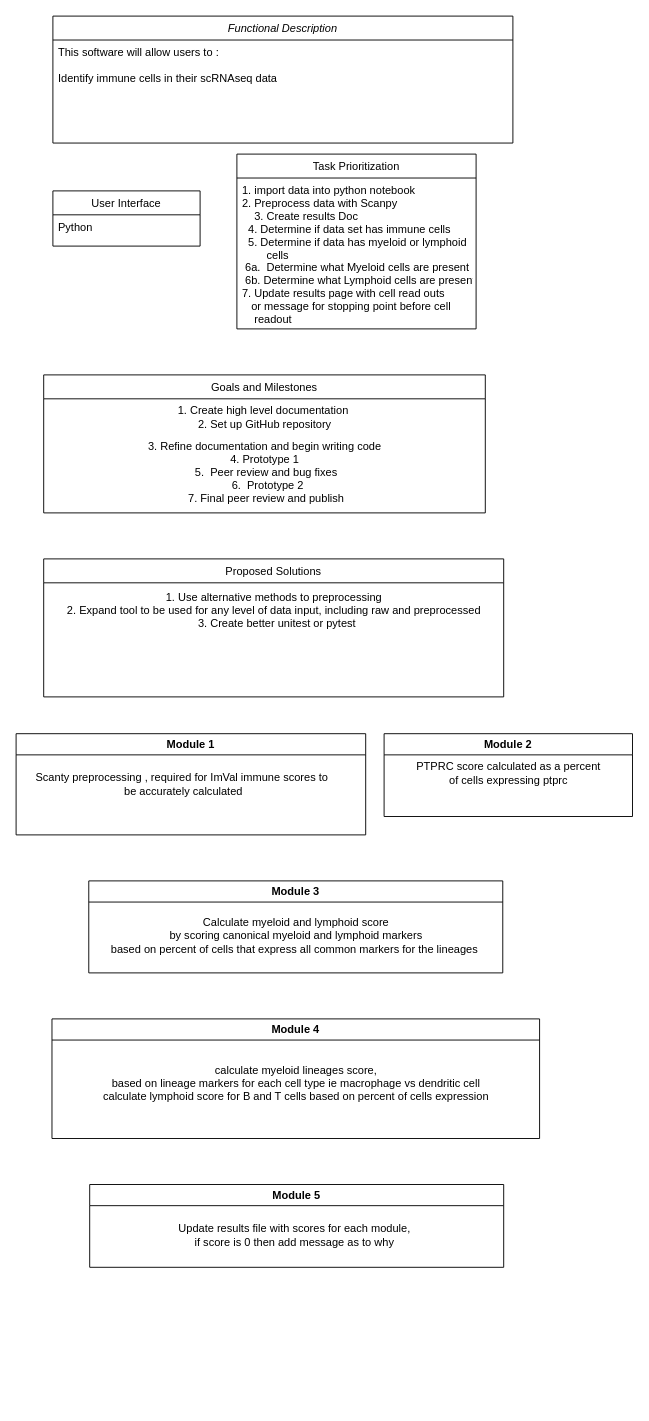
abbyvallie/Bioinf_576_resources keeps this draw.io diagram as Bioinf_576_DDS for ImVal.drawio. Above is the earlier version. Source tidied: cells renumbered, new cells numbered last; positions are measured from the earlier drawing's top-left corner, leaving out a move shared by most shapes. Both pictures are drawn from the tidied source at 92%, with x=0, y=0 at pixel (16, 16).
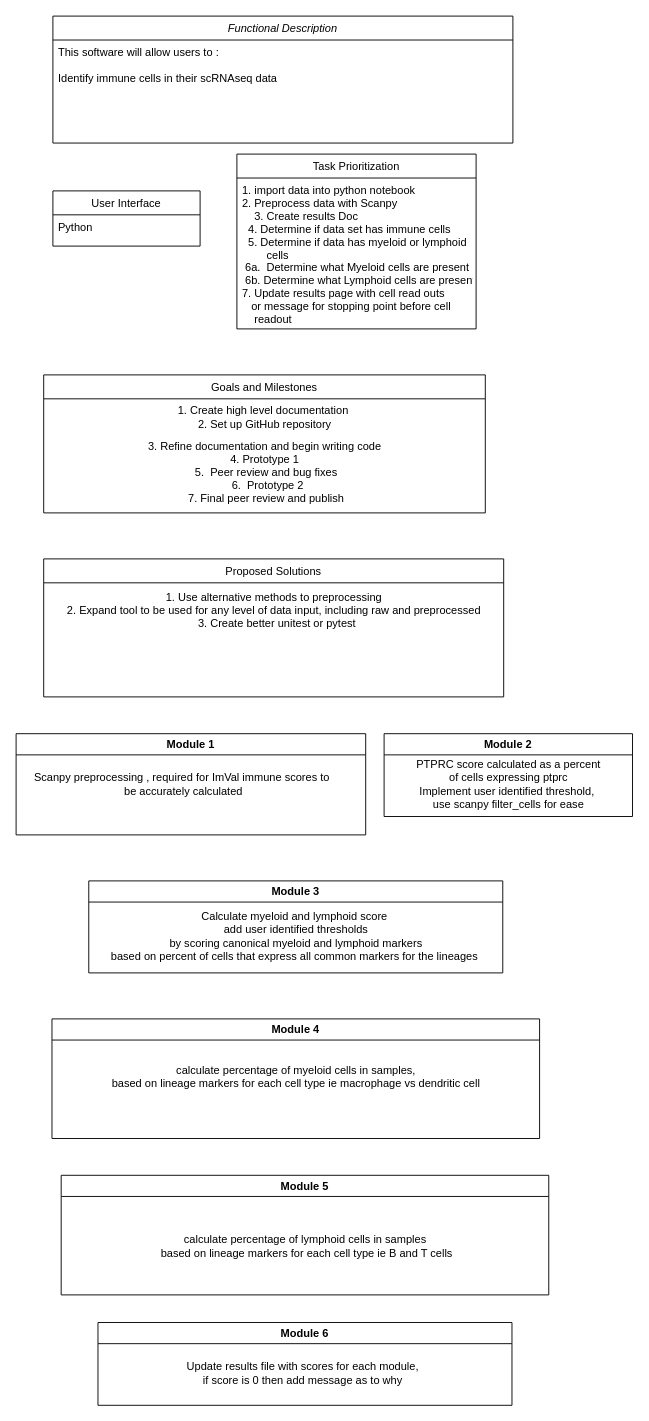
After the change.

Unchanged cells that the change refers to:
```xml
<mxCell id="13" value="Module 1" style="swimlane;whiteSpace=wrap;html=1;" parent="1" vertex="1">
  <mxGeometry y="780" width="380" height="110" as="geometry" />
</mxCell>
<mxCell id="15" value="Module 2" style="swimlane;whiteSpace=wrap;html=1;" parent="1" vertex="1">
  <mxGeometry x="400" y="780" width="270" height="90" as="geometry" />
</mxCell>
<mxCell id="17" value="Module 3" style="swimlane;whiteSpace=wrap;html=1;" parent="1" vertex="1">
  <mxGeometry x="79" y="940" width="450" height="100" as="geometry" />
</mxCell>
<mxCell id="19" value="Module 4" style="swimlane;whiteSpace=wrap;html=1;" parent="1" vertex="1">
  <mxGeometry x="39" y="1090" width="530" height="130" as="geometry" />
</mxCell>
```

What changed in the source:
```diff
@@
-    <mxCell id="14" value="Scanty preprocessing , required for ImVal immune scores to&lt;br&gt;&amp;nbsp;be accurately calculated" style="text;html=1;align=center;verticalAlign=middle;strokeColor=none;fillColor=none;" parent="13" vertex="1">
+    <mxCell id="14" value="Scanpy preprocessing , required for ImVal immune scores to&lt;br&gt;&amp;nbsp;be accurately calculated" style="text;html=1;align=center;verticalAlign=middle;strokeColor=none;fillColor=none;" parent="13" vertex="1">
       <mxGeometry x="10" y="35" width="340" height="40" as="geometry" />
     </mxCell>
@@
-    <mxCell id="16" value="PTPRC score calculated as a percent&lt;br&gt;of cells expressing ptprc" style="text;html=1;align=center;verticalAlign=middle;strokeColor=none;fillColor=none;" parent="15" vertex="1">
-      <mxGeometry x="25" y="23" width="220" height="40" as="geometry" />
+    <mxCell id="16" value="PTPRC score calculated as a percent&lt;br&gt;of cells expressing ptprc&lt;div&gt;Implement user identified threshold,&amp;nbsp;&lt;/div&gt;&lt;div&gt;use scanpy filter_cells for ease&lt;/div&gt;" style="text;html=1;align=center;verticalAlign=middle;strokeColor=none;fillColor=none;" parent="15" vertex="1">
+      <mxGeometry x="25" y="20" width="220" height="70" as="geometry" />
     </mxCell>
@@
-    <mxCell id="18" value="Calculate myeloid and lymphoid score &lt;br&gt;by scoring canonical myeloid and lymphoid markers&lt;br&gt;based on percent of cells that express all common markers for the lineages&amp;nbsp;" style="text;html=1;align=center;verticalAlign=middle;strokeColor=none;fillColor=none;" parent="17" vertex="1">
-      <mxGeometry x="10" y="30" width="430" height="60" as="geometry" />
+    <mxCell id="18" value="Calculate myeloid and lymphoid score&amp;nbsp;&lt;div&gt;add user identified thresholds&lt;br&gt;by scoring canonical myeloid and lymphoid markers&lt;br&gt;based on percent of cells that express all common markers for the lineages&amp;nbsp;&lt;/div&gt;" style="text;html=1;align=center;verticalAlign=middle;strokeColor=none;fillColor=none;" parent="17" vertex="1">
+      <mxGeometry x="10" y="25" width="430" height="70" as="geometry" />
     </mxCell>
@@
-    <mxCell id="20" value="calculate myeloid lineages score,&lt;br&gt;based on lineage markers for each cell type ie macrophage vs dendritic cell&lt;br&gt;calculate lymphoid score for B and T cells based on percent of cells expression" style="text;html=1;align=center;verticalAlign=middle;strokeColor=none;fillColor=none;" parent="19" vertex="1">
-      <mxGeometry x="45" y="40" width="440" height="60" as="geometry" />
+    <mxCell id="20" value="calculate percentage of myeloid cells in samples,&lt;br&gt;based on lineage markers for each cell type ie macrophage vs dendritic cell&lt;div&gt;&lt;br/&gt;&lt;/div&gt;" style="text;html=1;align=center;verticalAlign=middle;strokeColor=none;fillColor=none;" parent="19" vertex="1">
+      <mxGeometry x="55" y="40" width="420" height="60" as="geometry" />
     </mxCell>
-    <mxCell id="21" value="Module 5" style="swimlane;whiteSpace=wrap;html=1;" parent="1" vertex="1">
-      <mxGeometry x="80" y="1270" width="450" height="90" as="geometry" />
+    <mxCell id="21" value="Module 6" style="swimlane;whiteSpace=wrap;html=1;" parent="1" vertex="1">
+      <mxGeometry x="89" y="1420" width="450" height="90" as="geometry" />
     </mxCell>
@@
+    <mxCell id="23" value="Module 5" style="swimlane;whiteSpace=wrap;html=1;" parent="1" vertex="1">
+      <mxGeometry x="49" y="1260" width="530" height="130" as="geometry" />
+    </mxCell>
+    <mxCell id="24" value="&lt;br&gt;calculate percentage of lymphoid cells in samples&lt;div&gt;&amp;nbsp;based on lineage markers for each cell type ie B and T cells&lt;/div&gt;" style="text;html=1;align=center;verticalAlign=middle;strokeColor=none;fillColor=none;" parent="23" vertex="1">
+      <mxGeometry x="95" y="40" width="340" height="60" as="geometry" />
+    </mxCell>
```
